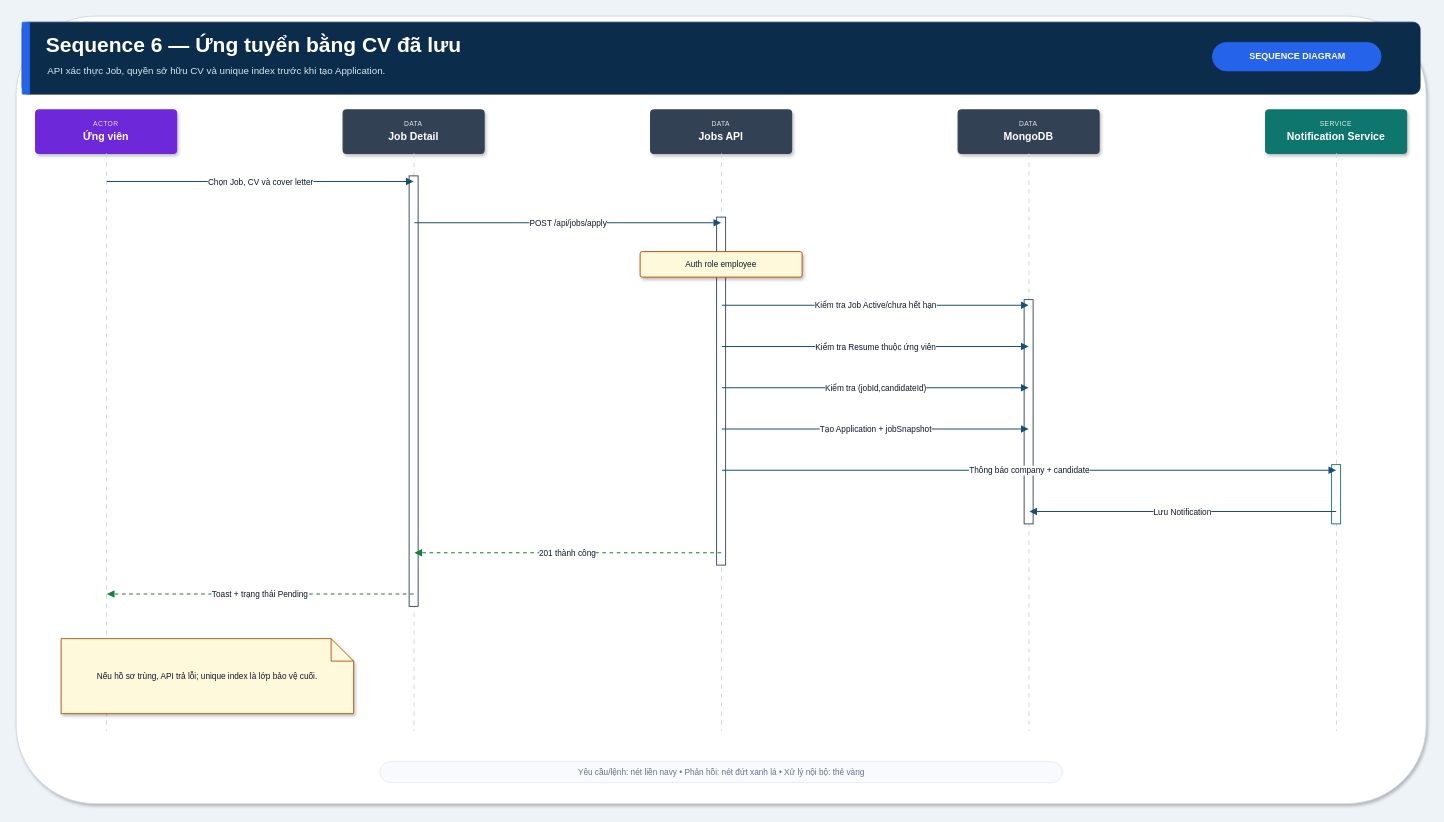
The draw.io diagram page "Sequence 6 — Ứng tuyển bằng CV đã tạo" (6 of 14) of bao-cao/uml-v3/RabbitCV-Sequence-Diagram-V3.drawio in vinhvt619/DA2, before the edit. Source tidied: cells renumbered, new cells numbered last; positions are measured from the earlier drawing's top-left corner, leaving out a move shared by most shapes. Both pictures are drawn from the tidied source at 75%, with x=0, y=0 at pixel (16, 16).
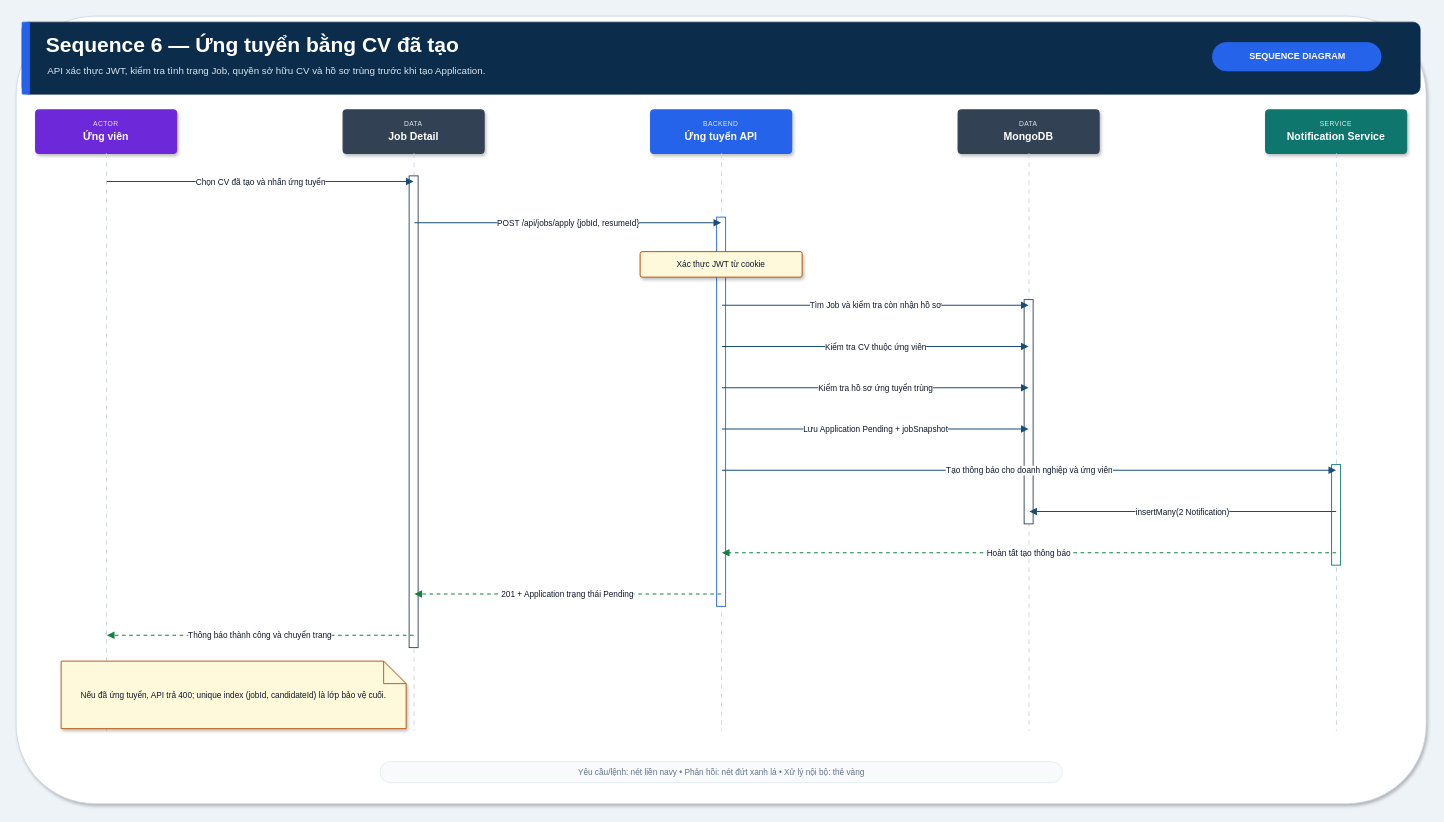
Above is the later version.

Unchanged cells that the change refers to:
```xml
<mxCell id="22" style="ellipse;fillColor=none;strokeColor=none;opacity=0;" parent="1" vertex="1">
  <mxGeometry x="120" y="220" width="1" height="1" as="geometry" />
</mxCell>
<mxCell id="23" style="ellipse;fillColor=none;strokeColor=none;opacity=0;" parent="1" vertex="1">
  <mxGeometry x="530" y="220" width="1" height="1" as="geometry" />
</mxCell>
<mxCell id="25" style="ellipse;fillColor=none;strokeColor=none;opacity=0;" parent="1" vertex="1">
  <mxGeometry x="530" y="275" width="1" height="1" as="geometry" />
</mxCell>
<mxCell id="26" style="ellipse;fillColor=none;strokeColor=none;opacity=0;" parent="1" vertex="1">
  <mxGeometry x="940" y="275" width="1" height="1" as="geometry" />
</mxCell>
<mxCell id="29" style="ellipse;fillColor=none;strokeColor=none;opacity=0;" parent="1" vertex="1">
  <mxGeometry x="940" y="385" width="1" height="1" as="geometry" />
</mxCell>
<mxCell id="30" style="ellipse;fillColor=none;strokeColor=none;opacity=0;" parent="1" vertex="1">
  <mxGeometry x="1350" y="385" width="1" height="1" as="geometry" />
</mxCell>
<mxCell id="32" style="ellipse;fillColor=none;strokeColor=none;opacity=0;" parent="1" vertex="1">
  <mxGeometry x="940" y="440" width="1" height="1" as="geometry" />
</mxCell>
<mxCell id="33" style="ellipse;fillColor=none;strokeColor=none;opacity=0;" parent="1" vertex="1">
  <mxGeometry x="1350" y="440" width="1" height="1" as="geometry" />
</mxCell>
<mxCell id="35" style="ellipse;fillColor=none;strokeColor=none;opacity=0;" parent="1" vertex="1">
  <mxGeometry x="940" y="495" width="1" height="1" as="geometry" />
</mxCell>
<mxCell id="36" style="ellipse;fillColor=none;strokeColor=none;opacity=0;" parent="1" vertex="1">
  <mxGeometry x="1350" y="495" width="1" height="1" as="geometry" />
</mxCell>
<mxCell id="38" style="ellipse;fillColor=none;strokeColor=none;opacity=0;" parent="1" vertex="1">
  <mxGeometry x="940" y="550" width="1" height="1" as="geometry" />
</mxCell>
<mxCell id="39" style="ellipse;fillColor=none;strokeColor=none;opacity=0;" parent="1" vertex="1">
  <mxGeometry x="1350" y="550" width="1" height="1" as="geometry" />
</mxCell>
<mxCell id="41" style="ellipse;fillColor=none;strokeColor=none;opacity=0;" parent="1" vertex="1">
  <mxGeometry x="940" y="605" width="1" height="1" as="geometry" />
</mxCell>
<mxCell id="42" style="ellipse;fillColor=none;strokeColor=none;opacity=0;" parent="1" vertex="1">
  <mxGeometry x="1760" y="605" width="1" height="1" as="geometry" />
</mxCell>
<mxCell id="44" style="ellipse;fillColor=none;strokeColor=none;opacity=0;" parent="1" vertex="1">
  <mxGeometry x="1760" y="660" width="1" height="1" as="geometry" />
</mxCell>
<mxCell id="45" style="ellipse;fillColor=none;strokeColor=none;opacity=0;" parent="1" vertex="1">
  <mxGeometry x="1350" y="660" width="1" height="1" as="geometry" />
</mxCell>
```

What changed in the source:
```diff
@@
-    <mxCell id="5" value="Sequence 6 — Ứng tuyển bằng CV đã lưu" style="text;html=1;align=left;verticalAlign=middle;fontFamily=Arial;fontSize=28;fontStyle=1;fontColor=#FFFFFF;strokeColor=none;fillColor=none;" parent="1" vertex="1">
+    <mxCell id="5" value="Sequence 6 — Ứng tuyển bằng CV đã tạo" style="text;html=1;align=left;verticalAlign=middle;fontFamily=Arial;fontSize=28;fontStyle=1;fontColor=#FFFFFF;strokeColor=none;fillColor=none;" parent="1" vertex="1">
       <mxGeometry x="38" y="17" width="1450" height="42" as="geometry" />
     </mxCell>
-    <mxCell id="6" value="API xác thực Job, quyền sở hữu CV và unique index trước khi tạo Application." style="text;html=1;align=left;verticalAlign=middle;fontFamily=Arial;fontSize=13;fontColor=#D7E5F0;strokeColor=none;fillColor=none;" parent="1" vertex="1">
+    <mxCell id="6" value="API xác thực JWT, kiểm tra tình trạng Job, quyền sở hữu CV và hồ sơ trùng trước khi tạo Application." style="text;html=1;align=left;verticalAlign=middle;fontFamily=Arial;fontSize=13;fontColor=#D7E5F0;strokeColor=none;fillColor=none;" parent="1" vertex="1">
       <mxGeometry x="40" y="58" width="1490" height="28" as="geometry" />
     </mxCell>
@@
-    <mxCell id="12" value="&lt;div style=&quot;font-size:9px;letter-spacing:.5px;opacity:.85&quot;&gt;DATA&lt;/div&gt;&lt;div style=&quot;font-size:14px;margin-top:3px&quot;&gt;&lt;b&gt;Jobs API&lt;/b&gt;&lt;/div&gt;" style="rounded=1;arcSize=8;whiteSpace=wrap;html=1;fillColor=#334155;strokeColor=#334155;strokeWidth=1.5;fontFamily=Arial;fontColor=#FFFFFF;shadow=1;" parent="1" vertex="1">
+    <mxCell id="12" value="&lt;div style=&quot;font-size:9px;letter-spacing:.5px;opacity:.85&quot;&gt;BACKEND&lt;/div&gt;&lt;div style=&quot;font-size:14px;margin-top:3px&quot;&gt;&lt;b&gt;Ứng tuyển API&lt;/b&gt;&lt;/div&gt;" style="rounded=1;arcSize=8;whiteSpace=wrap;html=1;fillColor=#2563EB;strokeColor=#2563EB;strokeWidth=1.5;fontFamily=Arial;fontColor=#FFFFFF;shadow=1;" parent="1" vertex="1">
       <mxGeometry x="846" y="125" width="188" height="58" as="geometry" />
     </mxCell>
@@
     <mxCell id="18" style="rounded=0;fillColor=#FFFFFF;strokeColor=#334155;strokeWidth=1.2;shadow=0;" parent="1" vertex="1">
-      <mxGeometry x="524" y="213" width="12" height="574" as="geometry" />
+      <mxGeometry x="524" y="213" width="12" height="629" as="geometry" />
     </mxCell>
-    <mxCell id="19" style="rounded=0;fillColor=#FFFFFF;strokeColor=#334155;strokeWidth=1.2;shadow=0;" parent="1" vertex="1">
-      <mxGeometry x="934" y="268" width="12" height="464" as="geometry" />
+    <mxCell id="19" style="rounded=0;fillColor=#FFFFFF;strokeColor=#2563EB;strokeWidth=1.2;shadow=0;" parent="1" vertex="1">
+      <mxGeometry x="934" y="268" width="12" height="519" as="geometry" />
     </mxCell>
@@
     <mxCell id="21" style="rounded=0;fillColor=#FFFFFF;strokeColor=#0F766E;strokeWidth=1.2;shadow=0;" parent="1" vertex="1">
-      <mxGeometry x="1754" y="598" width="12" height="79" as="geometry" />
+      <mxGeometry x="1754" y="598" width="12" height="134" as="geometry" />
     </mxCell>
@@
-    <mxCell id="24" value="Chọn Job, CV và cover letter" style="edgeStyle=none;rounded=0;html=1;strokeColor=#184E77;strokeWidth=1.6;endArrow=block;endFill=1;dashed=0;fontFamily=Arial;fontSize=11;fontColor=#0F172A;labelBackgroundColor=#FFFFFF;" parent="1" edge="1" source="22" target="23">
+    <mxCell id="24" value="Chọn CV đã tạo và nhấn ứng tuyển" style="edgeStyle=none;rounded=0;html=1;strokeColor=#184E77;strokeWidth=1.6;endArrow=block;endFill=1;dashed=0;fontFamily=Arial;fontSize=11;fontColor=#0F172A;labelBackgroundColor=#FFFFFF;" parent="1" edge="1" source="22" target="23">
       <mxGeometry relative="1" as="geometry" />
     </mxCell>
@@
-    <mxCell id="27" value="POST /api/jobs/apply" style="edgeStyle=none;rounded=0;html=1;strokeColor=#184E77;strokeWidth=1.6;endArrow=block;endFill=1;dashed=0;fontFamily=Arial;fontSize=11;fontColor=#0F172A;labelBackgroundColor=#FFFFFF;" parent="1" edge="1" source="25" target="26">
+    <mxCell id="27" value="POST /api/jobs/apply {jobId, resumeId}" style="edgeStyle=none;rounded=0;html=1;strokeColor=#184E77;strokeWidth=1.6;endArrow=block;endFill=1;dashed=0;fontFamily=Arial;fontSize=11;fontColor=#0F172A;labelBackgroundColor=#FFFFFF;" parent="1" edge="1" source="25" target="26">
       <mxGeometry relative="1" as="geometry" />
     </mxCell>
-    <mxCell id="28" value="Auth role employee" style="rounded=1;arcSize=8;whiteSpace=wrap;html=1;fillColor=#FFF9DB;strokeColor=#B45309;strokeWidth=1.3;fontFamily=Arial;fontSize=11;fontColor=#0F172A;spacing=5;shadow=1;" parent="1" vertex="1">
+    <mxCell id="28" value="Xác thực JWT từ cookie" style="rounded=1;arcSize=8;whiteSpace=wrap;html=1;fillColor=#FFF9DB;strokeColor=#B45309;strokeWidth=1.3;fontFamily=Arial;fontSize=11;fontColor=#0F172A;spacing=5;shadow=1;" parent="1" vertex="1">
       <mxGeometry x="832" y="314" width="216" height="34" as="geometry" />
     </mxCell>
@@
-    <mxCell id="31" value="Kiểm tra Job Active/chưa hết hạn" style="edgeStyle=none;rounded=0;html=1;strokeColor=#184E77;strokeWidth=1.6;endArrow=block;endFill=1;dashed=0;fontFamily=Arial;fontSize=11;fontColor=#0F172A;labelBackgroundColor=#FFFFFF;" parent="1" edge="1" source="29" target="30">
+    <mxCell id="31" value="Tìm Job và kiểm tra còn nhận hồ sơ" style="edgeStyle=none;rounded=0;html=1;strokeColor=#184E77;strokeWidth=1.6;endArrow=block;endFill=1;dashed=0;fontFamily=Arial;fontSize=11;fontColor=#0F172A;labelBackgroundColor=#FFFFFF;" parent="1" edge="1" source="29" target="30">
       <mxGeometry relative="1" as="geometry" />
     </mxCell>
@@
-    <mxCell id="34" value="Kiểm tra Resume thuộc ứng viên" style="edgeStyle=none;rounded=0;html=1;strokeColor=#184E77;strokeWidth=1.6;endArrow=block;endFill=1;dashed=0;fontFamily=Arial;fontSize=11;fontColor=#0F172A;labelBackgroundColor=#FFFFFF;" parent="1" edge="1" source="32" target="33">
+    <mxCell id="34" value="Kiểm tra CV thuộc ứng viên" style="edgeStyle=none;rounded=0;html=1;strokeColor=#184E77;strokeWidth=1.6;endArrow=block;endFill=1;dashed=0;fontFamily=Arial;fontSize=11;fontColor=#0F172A;labelBackgroundColor=#FFFFFF;" parent="1" edge="1" source="32" target="33">
       <mxGeometry relative="1" as="geometry" />
     </mxCell>
@@
-    <mxCell id="37" value="Kiểm tra (jobId,candidateId)" style="edgeStyle=none;rounded=0;html=1;strokeColor=#184E77;strokeWidth=1.6;endArrow=block;endFill=1;dashed=0;fontFamily=Arial;fontSize=11;fontColor=#0F172A;labelBackgroundColor=#FFFFFF;" parent="1" edge="1" source="35" target="36">
+    <mxCell id="37" value="Kiểm tra hồ sơ ứng tuyển trùng" style="edgeStyle=none;rounded=0;html=1;strokeColor=#184E77;strokeWidth=1.6;endArrow=block;endFill=1;dashed=0;fontFamily=Arial;fontSize=11;fontColor=#0F172A;labelBackgroundColor=#FFFFFF;" parent="1" edge="1" source="35" target="36">
       <mxGeometry relative="1" as="geometry" />
     </mxCell>
@@
-    <mxCell id="40" value="Tạo Application + jobSnapshot" style="edgeStyle=none;rounded=0;html=1;strokeColor=#184E77;strokeWidth=1.6;endArrow=block;endFill=1;dashed=0;fontFamily=Arial;fontSize=11;fontColor=#0F172A;labelBackgroundColor=#FFFFFF;" parent="1" edge="1" source="38" target="39">
+    <mxCell id="40" value="Lưu Application Pending + jobSnapshot" style="edgeStyle=none;rounded=0;html=1;strokeColor=#184E77;strokeWidth=1.6;endArrow=block;endFill=1;dashed=0;fontFamily=Arial;fontSize=11;fontColor=#0F172A;labelBackgroundColor=#FFFFFF;" parent="1" edge="1" source="38" target="39">
       <mxGeometry relative="1" as="geometry" />
     </mxCell>
@@
-    <mxCell id="43" value="Thông báo company + candidate" style="edgeStyle=none;rounded=0;html=1;strokeColor=#184E77;strokeWidth=1.6;endArrow=block;endFill=1;dashed=0;fontFamily=Arial;fontSize=11;fontColor=#0F172A;labelBackgroundColor=#FFFFFF;" parent="1" edge="1" source="41" target="42">
+    <mxCell id="43" value="Tạo thông báo cho doanh nghiệp và ứng viên" style="edgeStyle=none;rounded=0;html=1;strokeColor=#184E77;strokeWidth=1.6;endArrow=block;endFill=1;dashed=0;fontFamily=Arial;fontSize=11;fontColor=#0F172A;labelBackgroundColor=#FFFFFF;" parent="1" edge="1" source="41" target="42">
       <mxGeometry relative="1" as="geometry" />
     </mxCell>
@@
-    <mxCell id="46" value="Lưu Notification" style="edgeStyle=none;rounded=0;html=1;strokeColor=#184E77;strokeWidth=1.6;endArrow=block;endFill=1;dashed=0;fontFamily=Arial;fontSize=11;fontColor=#0F172A;labelBackgroundColor=#FFFFFF;" parent="1" edge="1" source="44" target="45">
+    <mxCell id="46" value="insertMany(2 Notification)" style="edgeStyle=none;rounded=0;html=1;strokeColor=#184E77;strokeWidth=1.6;endArrow=block;endFill=1;dashed=0;fontFamily=Arial;fontSize=11;fontColor=#0F172A;labelBackgroundColor=#FFFFFF;" parent="1" edge="1" source="44" target="45">
       <mxGeometry relative="1" as="geometry" />
     </mxCell>
     <mxCell id="47" style="ellipse;fillColor=none;strokeColor=none;opacity=0;" parent="1" vertex="1">
-      <mxGeometry x="940" y="715" width="1" height="1" as="geometry" />
+      <mxGeometry x="1760" y="715" width="1" height="1" as="geometry" />
     </mxCell>
     <mxCell id="48" style="ellipse;fillColor=none;strokeColor=none;opacity=0;" parent="1" vertex="1">
-      <mxGeometry x="530" y="715" width="1" height="1" as="geometry" />
+      <mxGeometry x="940" y="715" width="1" height="1" as="geometry" />
     </mxCell>
-    <mxCell id="49" value="201 thành công" style="edgeStyle=none;rounded=0;html=1;strokeColor=#15803D;strokeWidth=1.6;endArrow=block;endFill=1;dashed=1;fontFamily=Arial;fontSize=11;fontColor=#0F172A;labelBackgroundColor=#FFFFFF;" parent="1" edge="1" source="47" target="48">
+    <mxCell id="49" value="Hoàn tất tạo thông báo" style="edgeStyle=none;rounded=0;html=1;strokeColor=#15803D;strokeWidth=1.6;endArrow=block;endFill=1;dashed=1;fontFamily=Arial;fontSize=11;fontColor=#0F172A;labelBackgroundColor=#FFFFFF;" parent="1" edge="1" source="47" target="48">
       <mxGeometry relative="1" as="geometry" />
     </mxCell>
     <mxCell id="50" style="ellipse;fillColor=none;strokeColor=none;opacity=0;" parent="1" vertex="1">
-      <mxGeometry x="530" y="770" width="1" height="1" as="geometry" />
+      <mxGeometry x="940" y="770" width="1" height="1" as="geometry" />
     </mxCell>
     <mxCell id="51" style="ellipse;fillColor=none;strokeColor=none;opacity=0;" parent="1" vertex="1">
-      <mxGeometry x="120" y="770" width="1" height="1" as="geometry" />
+      <mxGeometry x="530" y="770" width="1" height="1" as="geometry" />
     </mxCell>
-    <mxCell id="52" value="Toast + trạng thái Pending" style="edgeStyle=none;rounded=0;html=1;strokeColor=#15803D;strokeWidth=1.6;endArrow=block;endFill=1;dashed=1;fontFamily=Arial;fontSize=11;fontColor=#0F172A;labelBackgroundColor=#FFFFFF;" parent="1" edge="1" source="50" target="51">
+    <mxCell id="52" value="201 + Application trạng thái Pending" style="edgeStyle=none;rounded=0;html=1;strokeColor=#15803D;strokeWidth=1.6;endArrow=block;endFill=1;dashed=1;fontFamily=Arial;fontSize=11;fontColor=#0F172A;labelBackgroundColor=#FFFFFF;" parent="1" edge="1" source="50" target="51">
       <mxGeometry relative="1" as="geometry" />
     </mxCell>
+    <mxCell id="55" style="ellipse;fillColor=none;strokeColor=none;opacity=0;" parent="1" vertex="1">
+      <mxGeometry x="530" y="825" width="1" height="1" as="geometry" />
+    </mxCell>
+    <mxCell id="56" style="ellipse;fillColor=none;strokeColor=none;opacity=0;" parent="1" vertex="1">
+      <mxGeometry x="120" y="825" width="1" height="1" as="geometry" />
+    </mxCell>
+    <mxCell id="57" value="Thông báo thành công và chuyển trang" style="edgeStyle=none;rounded=0;html=1;strokeColor=#15803D;strokeWidth=1.6;endArrow=block;endFill=1;dashed=1;fontFamily=Arial;fontSize=11;fontColor=#0F172A;labelBackgroundColor=#FFFFFF;" parent="1" edge="1" source="55" target="56">
+      <mxGeometry relative="1" as="geometry" />
+    </mxCell>
-    <mxCell id="53" value="Nếu hồ sơ trùng, API trả lỗi; unique index là lớp bảo vệ cuối." style="shape=note;whiteSpace=wrap;html=1;fillColor=#FFF9DB;strokeColor=#B45309;strokeWidth=1.2;fontFamily=Arial;fontSize=11;fontColor=#0F172A;spacing=7;shadow=1;" parent="1" vertex="1">
-      <mxGeometry x="60" y="830" width="390" height="100" as="geometry" />
+    <mxCell id="53" value="Nếu đã ứng tuyển, API trả 400; unique index (jobId, candidateId) là lớp bảo vệ cuối." style="shape=note;whiteSpace=wrap;html=1;fillColor=#FFF9DB;strokeColor=#B45309;strokeWidth=1.2;fontFamily=Arial;fontSize=11;fontColor=#0F172A;spacing=7;shadow=1;" parent="1" vertex="1">
+      <mxGeometry x="60" y="860" width="460" height="90" as="geometry" />
     </mxCell>
```
